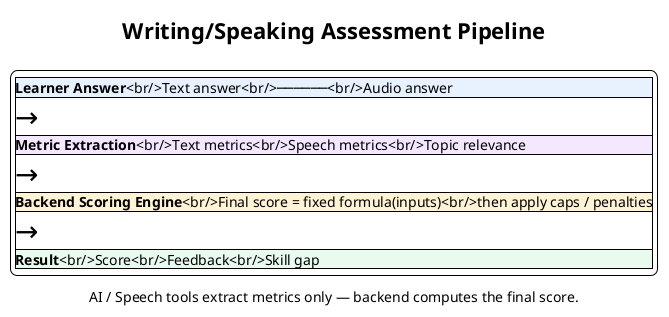
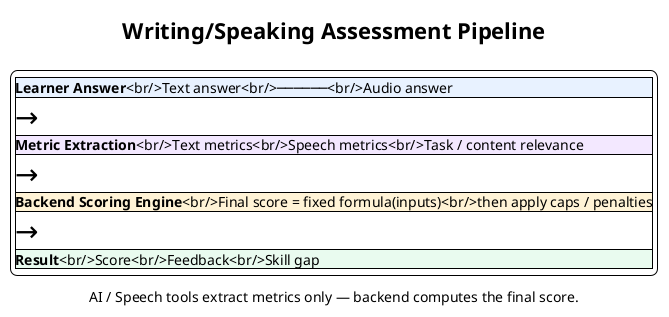
@startuml defense_assessment_pipeline_slide
!theme plain

skinparam backgroundColor transparent
skinparam shadowing false
skinparam defaultFontName Arial
skinparam defaultFontSize 18
skinparam defaultTextAlignment center

title Writing/Speaking Assessment Pipeline

legend center
|<#E8F2FF><b>Learner Answer</b><br/>Text answer<br/>──────<br/>Audio answer|
|<#FFFFFF><size:28>→</size>|
- |<#F3E8FF><b>Metric Extraction</b><br/>Text metrics<br/>Speech metrics<br/>Topic relevance|
+ |<#F3E8FF><b>Metric Extraction</b><br/>Text metrics<br/>Speech metrics<br/>Task / content relevance|
|<#FFFFFF><size:28>→</size>|
|<#FFF3D6><b>Backend Scoring Engine</b><br/>Final score = fixed formula(inputs)<br/>then apply caps / penalties|
|<#FFFFFF><size:28>→</size>|
|<#E9FBEF><b>Result</b><br/>Score<br/>Feedback<br/>Skill gap|
endlegend

caption AI / Speech tools extract metrics only — backend computes the final score.

@enduml
